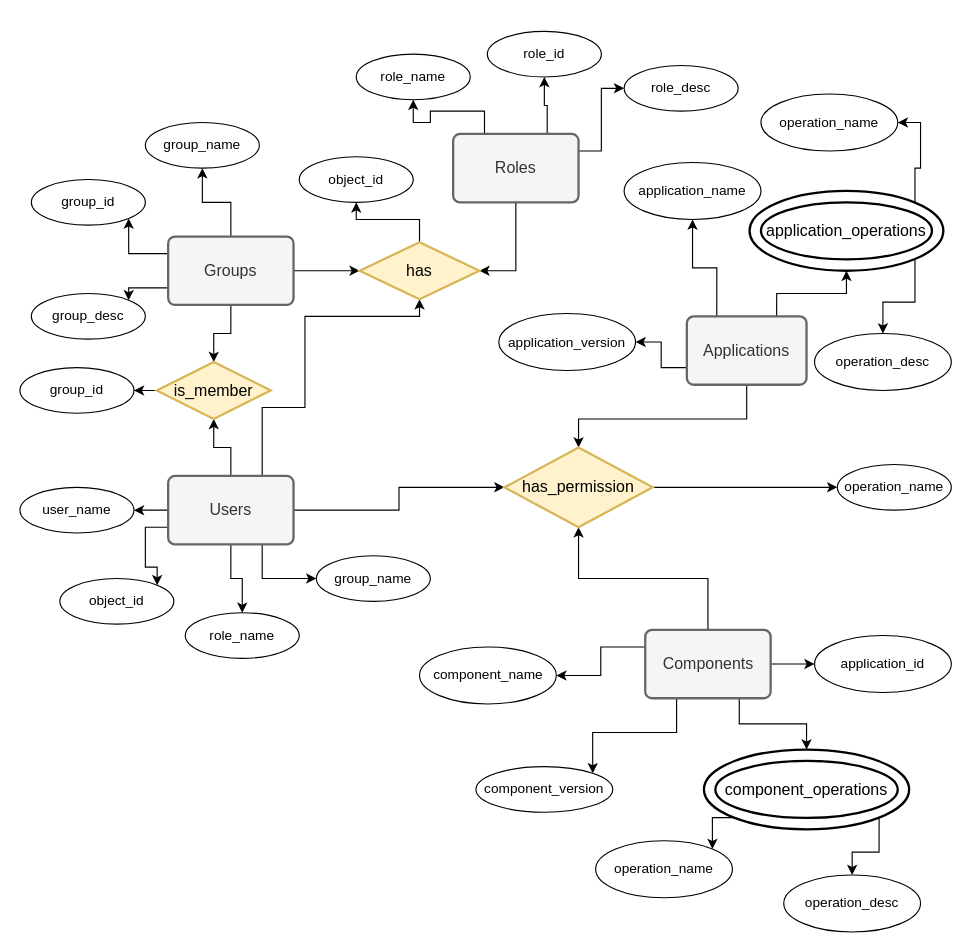
This is PolicyServerDiagram.drawio from gazalle/IdentityManagement, a draw.io file, before an edit. Source tidied: cells renumbered, new cells numbered last; positions are measured from the earlier drawing's top-left corner, leaving out a move shared by most shapes. Both pictures are drawn from the tidied source at 114%, with x=0, y=0 at pixel (19, 31).
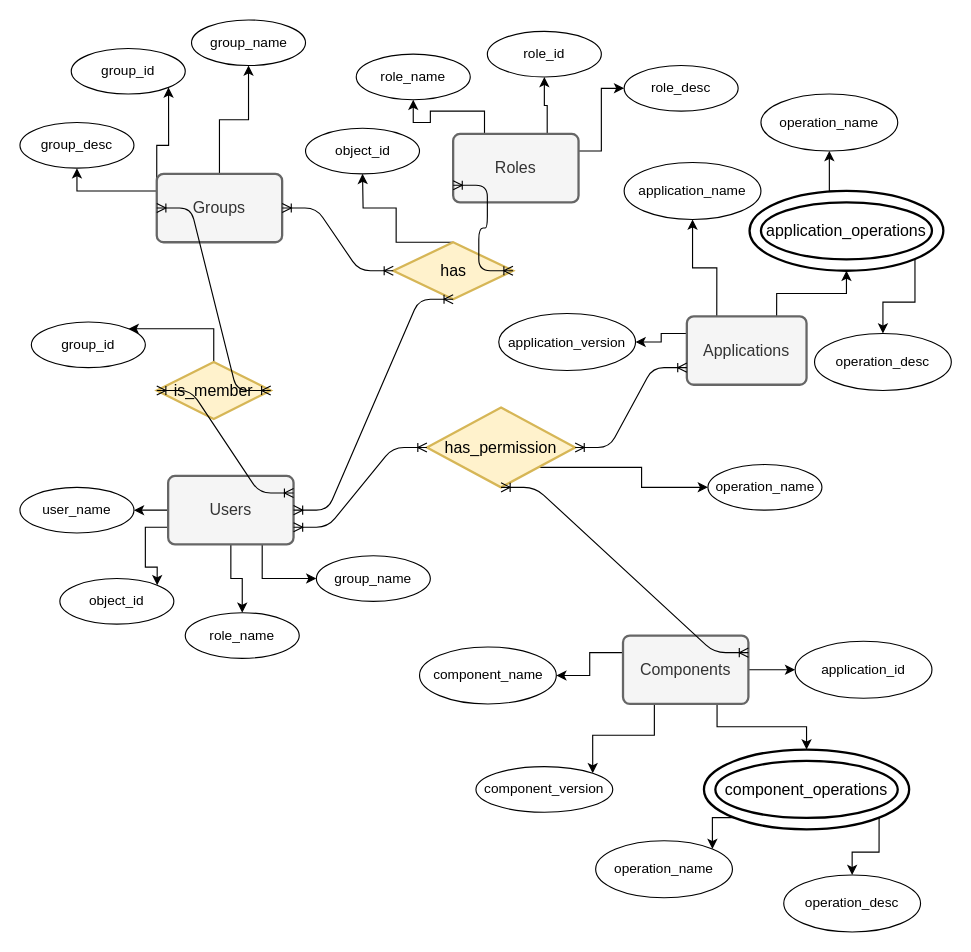
Above is the later version.

The change refers to these unchanged cells:
```xml
<mxCell id="12" value="Roles" style="strokeWidth=2;rounded=1;arcSize=10;whiteSpace=wrap;html=1;align=center;fontSize=14;fillColor=#f5f5f5;strokeColor=#666666;fontColor=#333333;" parent="1" vertex="1">
  <mxGeometry x="380" y="90" width="110" height="60" as="geometry" />
</mxCell>
<mxCell id="20" value="Users" style="strokeWidth=2;rounded=1;arcSize=10;whiteSpace=wrap;html=1;align=center;fontSize=14;fillColor=#f5f5f5;strokeColor=#666666;fontColor=#333333;" parent="1" vertex="1">
  <mxGeometry x="130" y="390" width="110" height="60" as="geometry" />
</mxCell>
<mxCell id="31" value="Applications" style="strokeWidth=2;rounded=1;arcSize=10;whiteSpace=wrap;html=1;align=center;fontSize=14;fillColor=#f5f5f5;strokeColor=#666666;fontColor=#333333;" parent="1" vertex="1">
  <mxGeometry x="585" y="250" width="105" height="60" as="geometry" />
</mxCell>
<mxCell id="39" value="is_member" style="shape=rhombus;strokeWidth=2;fontSize=17;perimeter=rhombusPerimeter;whiteSpace=wrap;html=1;align=center;fontSize=14;fillColor=#fff2cc;strokeColor=#d6b656;" parent="1" vertex="1">
  <mxGeometry x="120" y="290" width="100" height="50" as="geometry" />
</mxCell>
<mxCell id="60" value="application_version" style="ellipse;whiteSpace=wrap;html=1;" parent="1" vertex="1">
  <mxGeometry x="420" y="247.5" width="120" height="50" as="geometry" />
</mxCell>
<mxCell id="63" value="application_operations" style="ellipse;shape=doubleEllipse;margin=10;strokeWidth=2;fontSize=14;whiteSpace=wrap;html=1;align=center;" parent="1" vertex="1">
  <mxGeometry x="640" y="140" width="170" height="70" as="geometry" />
</mxCell>
<mxCell id="64" value="operation_name" style="ellipse;whiteSpace=wrap;html=1;" parent="1" vertex="1">
  <mxGeometry x="650" y="55" width="120" height="50" as="geometry" />
</mxCell>
```

The edit, as a diff of the source:
```diff
@@
     <mxCell id="3" style="edgeStyle=orthogonalEdgeStyle;rounded=0;jettySize=auto;html=1;exitX=0;exitY=0.25;exitDx=0;exitDy=0;entryX=1;entryY=1;entryDx=0;entryDy=0;" parent="1" edge="1" source="7" target="33">
-      <mxGeometry relative="1" as="geometry" />
+      <mxGeometry relative="1" as="geometry">
+        <Array as="points">
+          <mxPoint x="120" y="100" />
+          <mxPoint x="130" y="100" />
+        </Array>
+      </mxGeometry>
     </mxCell>
-    <mxCell id="4" style="edgeStyle=orthogonalEdgeStyle;rounded=0;jettySize=auto;html=1;exitX=0;exitY=0.75;exitDx=0;exitDy=0;entryX=1;entryY=0;entryDx=0;entryDy=0;" parent="1" edge="1" source="7" target="34">
+    <mxCell id="4" style="edgeStyle=orthogonalEdgeStyle;rounded=0;jettySize=auto;html=1;exitX=0;exitY=0.25;exitDx=0;exitDy=0;entryX=0.5;entryY=1;entryDx=0;entryDy=0;" parent="1" edge="1" source="7" target="34">
       <mxGeometry relative="1" as="geometry" />
     </mxCell>
-    <mxCell id="5" style="edgeStyle=orthogonalEdgeStyle;rounded=0;jettySize=auto;html=1;entryX=0;entryY=0.5;entryDx=0;entryDy=0;" parent="1" edge="1" source="7" target="41">
-      <mxGeometry relative="1" as="geometry" />
-    </mxCell>
-    <mxCell id="6" style="edgeStyle=orthogonalEdgeStyle;rounded=0;jettySize=auto;html=1;entryX=0.5;entryY=0;entryDx=0;entryDy=0;" parent="1" edge="1" source="7" target="39">
-      <mxGeometry relative="1" as="geometry" />
-    </mxCell>
     <mxCell id="7" value="Groups" style="strokeWidth=2;rounded=1;arcSize=10;whiteSpace=wrap;html=1;align=center;fontSize=14;fillColor=#f5f5f5;strokeColor=#666666;fontColor=#333333;" parent="1" vertex="1">
-      <mxGeometry x="130" y="180" width="110" height="60" as="geometry" />
+      <mxGeometry x="120" y="125" width="110" height="60" as="geometry" />
     </mxCell>
@@
-    <mxCell id="11" style="edgeStyle=orthogonalEdgeStyle;rounded=0;jettySize=auto;html=1;entryX=1;entryY=0.5;entryDx=0;entryDy=0;" parent="1" edge="1" source="12" target="41">
-      <mxGeometry relative="1" as="geometry" />
-    </mxCell>
@@
-    <mxCell id="13" style="edgeStyle=orthogonalEdgeStyle;rounded=0;jettySize=auto;html=1;" parent="1" edge="1" source="20" target="39">
-      <mxGeometry relative="1" as="geometry" />
-    </mxCell>
@@
-    <mxCell id="18" style="edgeStyle=orthogonalEdgeStyle;rounded=0;jettySize=auto;html=1;exitX=0.75;exitY=0;exitDx=0;exitDy=0;entryX=0.5;entryY=1;entryDx=0;entryDy=0;" parent="1" edge="1" source="20" target="41">
-      <mxGeometry relative="1" as="geometry">
-        <Array as="points">
-          <mxPoint x="213" y="330" />
-          <mxPoint x="250" y="330" />
-          <mxPoint x="250" y="250" />
-          <mxPoint x="351" y="250" />
-        </Array>
-      </mxGeometry>
-    </mxCell>
-    <mxCell id="19" style="edgeStyle=orthogonalEdgeStyle;rounded=0;jettySize=auto;html=1;entryX=0;entryY=0.5;entryDx=0;entryDy=0;" parent="1" edge="1" source="20" target="50">
-      <mxGeometry relative="1" as="geometry" />
-    </mxCell>
@@
-    <mxCell id="25" style="edgeStyle=orthogonalEdgeStyle;rounded=0;jettySize=auto;html=1;exitX=0.5;exitY=0;exitDx=0;exitDy=0;entryX=0.5;entryY=1;entryDx=0;entryDy=0;" parent="1" edge="1" source="26" target="50">
-      <mxGeometry relative="1" as="geometry" />
-    </mxCell>
     <mxCell id="26" value="Components" style="strokeWidth=2;rounded=1;arcSize=10;whiteSpace=wrap;html=1;align=center;fontSize=14;fillColor=#f5f5f5;strokeColor=#666666;fontColor=#333333;" parent="1" vertex="1">
-      <mxGeometry x="548.5" y="525" width="110" height="60" as="geometry" />
+      <mxGeometry x="529" y="530" width="110" height="60" as="geometry" />
     </mxCell>
@@
-    <mxCell id="28" style="edgeStyle=orthogonalEdgeStyle;rounded=0;jettySize=auto;html=1;exitX=0;exitY=0.75;exitDx=0;exitDy=0;entryX=1;entryY=0.5;entryDx=0;entryDy=0;" parent="1" edge="1" source="31" target="60">
+    <mxCell id="28" style="edgeStyle=orthogonalEdgeStyle;rounded=0;jettySize=auto;html=1;exitX=0;exitY=0.25;exitDx=0;exitDy=0;entryX=1;entryY=0.5;entryDx=0;entryDy=0;" parent="1" edge="1" source="31" target="60">
       <mxGeometry relative="1" as="geometry" />
     </mxCell>
@@
-    <mxCell id="30" style="edgeStyle=orthogonalEdgeStyle;rounded=0;jettySize=auto;html=1;entryX=0.5;entryY=0;entryDx=0;entryDy=0;exitX=0.5;exitY=1;exitDx=0;exitDy=0;" parent="1" edge="1" source="31" target="50">
-      <mxGeometry relative="1" as="geometry">
-        <Array as="points">
-          <mxPoint x="638" y="340" />
-          <mxPoint x="490" y="340" />
-        </Array>
-      </mxGeometry>
-    </mxCell>
@@
     <mxCell id="32" value="group_name" style="ellipse;whiteSpace=wrap;html=1;" parent="1" vertex="1">
-      <mxGeometry x="110" y="80" width="100" height="40" as="geometry" />
+      <mxGeometry x="150.5" y="-10" width="100" height="40" as="geometry" />
     </mxCell>
     <mxCell id="33" value="group_id" style="ellipse;whiteSpace=wrap;html=1;" parent="1" vertex="1">
-      <mxGeometry x="10" y="130" width="100" height="40" as="geometry" />
+      <mxGeometry x="45" y="15" width="100" height="40" as="geometry" />
     </mxCell>
     <mxCell id="34" value="group_desc" style="ellipse;whiteSpace=wrap;html=1;" parent="1" vertex="1">
-      <mxGeometry x="10" y="230" width="100" height="40" as="geometry" />
+      <mxGeometry y="80" width="100" height="40" as="geometry" />
     </mxCell>
@@
-    <mxCell id="38" style="edgeStyle=orthogonalEdgeStyle;rounded=0;jettySize=auto;html=1;entryX=1;entryY=0.5;entryDx=0;entryDy=0;" parent="1" edge="1" source="39" target="47">
+    <mxCell id="38" style="edgeStyle=orthogonalEdgeStyle;rounded=0;jettySize=auto;html=1;exitX=0.5;exitY=0;exitDx=0;exitDy=0;entryX=1;entryY=0;entryDx=0;entryDy=0;" parent="1" edge="1" source="39" target="47">
       <mxGeometry relative="1" as="geometry" />
     </mxCell>
@@
     <mxCell id="40" style="edgeStyle=orthogonalEdgeStyle;rounded=0;jettySize=auto;html=1;exitX=0.5;exitY=0;exitDx=0;exitDy=0;" parent="1" edge="1" source="41" target="44">
-      <mxGeometry relative="1" as="geometry" />
+      <mxGeometry relative="1" as="geometry">
+        <Array as="points">
+          <mxPoint x="330" y="185" />
+          <mxPoint x="330" y="155" />
+          <mxPoint x="301" y="155" />
+        </Array>
+      </mxGeometry>
     </mxCell>
     <mxCell id="41" value="has" style="shape=rhombus;strokeWidth=2;fontSize=17;perimeter=rhombusPerimeter;whiteSpace=wrap;html=1;align=center;fontSize=14;fillColor=#fff2cc;strokeColor=#d6b656;" parent="1" vertex="1">
-      <mxGeometry x="298" y="185" width="105" height="50" as="geometry" />
+      <mxGeometry x="327.5" y="185" width="105" height="50" as="geometry" />
     </mxCell>
@@
     <mxCell id="44" value="object_id" style="ellipse;whiteSpace=wrap;html=1;" parent="1" vertex="1">
-      <mxGeometry x="245" y="110" width="100" height="40" as="geometry" />
+      <mxGeometry x="250.5" y="85" width="100" height="40" as="geometry" />
     </mxCell>
@@
     <mxCell id="47" value="group_id" style="ellipse;whiteSpace=wrap;html=1;" parent="1" vertex="1">
-      <mxGeometry y="295" width="100" height="40" as="geometry" />
+      <mxGeometry x="10" y="255" width="100" height="40" as="geometry" />
     </mxCell>
     <mxCell id="48" value="operation_name" style="ellipse;whiteSpace=wrap;html=1;" parent="1" vertex="1">
-      <mxGeometry x="717" y="380" width="100" height="40" as="geometry" />
+      <mxGeometry x="603.5" y="380" width="100" height="40" as="geometry" />
     </mxCell>
-    <mxCell id="49" style="edgeStyle=orthogonalEdgeStyle;rounded=0;jettySize=auto;html=1;entryX=0;entryY=0.5;entryDx=0;entryDy=0;" parent="1" edge="1" source="50" target="48">
+    <mxCell id="49" style="edgeStyle=orthogonalEdgeStyle;rounded=0;jettySize=auto;html=1;entryX=0;entryY=0.5;entryDx=0;entryDy=0;exitX=1;exitY=1;exitDx=0;exitDy=0;" parent="1" edge="1" source="50" target="48">
       <mxGeometry relative="1" as="geometry" />
     </mxCell>
     <mxCell id="50" value="has_permission" style="shape=rhombus;strokeWidth=2;fontSize=17;perimeter=rhombusPerimeter;whiteSpace=wrap;html=1;align=center;fontSize=14;fillColor=#fff2cc;strokeColor=#d6b656;" parent="1" vertex="1">
-      <mxGeometry x="425" y="365" width="130" height="70" as="geometry" />
+      <mxGeometry x="357" y="330" width="130" height="70" as="geometry" />
     </mxCell>
@@
     <mxCell id="58" value="application_id" style="ellipse;whiteSpace=wrap;html=1;" parent="1" vertex="1">
-      <mxGeometry x="697" y="530" width="120" height="50" as="geometry" />
+      <mxGeometry x="680" y="535" width="120" height="50" as="geometry" />
     </mxCell>
@@
-    <mxCell id="62" style="edgeStyle=orthogonalEdgeStyle;rounded=0;jettySize=auto;html=1;exitX=1;exitY=0;exitDx=0;exitDy=0;entryX=1;entryY=0.5;entryDx=0;entryDy=0;" parent="1" edge="1" source="63" target="64">
+    <mxCell id="62" style="edgeStyle=orthogonalEdgeStyle;rounded=0;jettySize=auto;html=1;exitX=0.5;exitY=0;exitDx=0;exitDy=0;entryX=0.5;entryY=1;entryDx=0;entryDy=0;" parent="1" edge="1" source="63" target="64">
       <mxGeometry relative="1" as="geometry" />
     </mxCell>
@@
+    <mxCell id="18" style="edgeStyle=entityRelationEdgeStyle;fontSize=12;html=1;endArrow=ERoneToMany;startArrow=ERoneToMany;exitX=1;exitY=0.5;exitDx=0;exitDy=0;entryX=0.5;entryY=1;entryDx=0;entryDy=0;" parent="1" edge="1" source="20" target="41">
+      <mxGeometry relative="1" as="geometry" />
+    </mxCell>
+    <mxCell id="13" style="edgeStyle=entityRelationEdgeStyle;fontSize=12;html=1;endArrow=ERoneToMany;startArrow=ERoneToMany;entryX=0;entryY=0.5;entryDx=0;entryDy=0;exitX=1;exitY=0.25;exitDx=0;exitDy=0;" parent="1" edge="1" source="20" target="39">
+      <mxGeometry relative="1" as="geometry" />
+    </mxCell>
+    <mxCell id="66" style="edgeStyle=entityRelationEdgeStyle;fontSize=12;html=1;endArrow=ERoneToMany;startArrow=ERoneToMany;exitX=1;exitY=0.5;exitDx=0;exitDy=0;entryX=0;entryY=0.5;entryDx=0;entryDy=0;" parent="1" edge="1" source="39" target="7">
+      <mxGeometry relative="1" as="geometry" />
+    </mxCell>
+    <mxCell id="19" style="edgeStyle=entityRelationEdgeStyle;fontSize=12;html=1;endArrow=ERoneToMany;startArrow=ERoneToMany;exitX=1;exitY=0.75;exitDx=0;exitDy=0;entryX=0;entryY=0.5;entryDx=0;entryDy=0;" parent="1" edge="1" source="20" target="50">
+      <mxGeometry relative="1" as="geometry" />
+    </mxCell>
+    <mxCell id="5" style="edgeStyle=entityRelationEdgeStyle;fontSize=12;html=1;endArrow=ERoneToMany;startArrow=ERoneToMany;exitX=1;exitY=0.5;exitDx=0;exitDy=0;entryX=0;entryY=0.5;entryDx=0;entryDy=0;" parent="1" edge="1" source="7" target="41">
+      <mxGeometry relative="1" as="geometry" />
+    </mxCell>
+    <mxCell id="67" style="edgeStyle=entityRelationEdgeStyle;fontSize=12;html=1;endArrow=ERoneToMany;startArrow=ERoneToMany;exitX=1;exitY=0.5;exitDx=0;exitDy=0;entryX=0;entryY=0.75;entryDx=0;entryDy=0;" parent="1" edge="1" source="41" target="12">
+      <mxGeometry relative="1" as="geometry" />
+    </mxCell>
+    <mxCell id="25" style="edgeStyle=entityRelationEdgeStyle;fontSize=12;html=1;endArrow=ERoneToMany;startArrow=ERoneToMany;exitX=1;exitY=0.25;exitDx=0;exitDy=0;entryX=0.5;entryY=1;entryDx=0;entryDy=0;" parent="1" edge="1" source="26" target="50">
+      <mxGeometry relative="1" as="geometry" />
+    </mxCell>
+    <mxCell id="68" style="edgeStyle=entityRelationEdgeStyle;fontSize=12;html=1;endArrow=ERoneToMany;startArrow=ERoneToMany;entryX=0;entryY=0.75;entryDx=0;entryDy=0;exitX=1;exitY=0.5;exitDx=0;exitDy=0;" parent="1" edge="1" source="50" target="31">
+      <mxGeometry relative="1" as="geometry" />
+    </mxCell>
```
